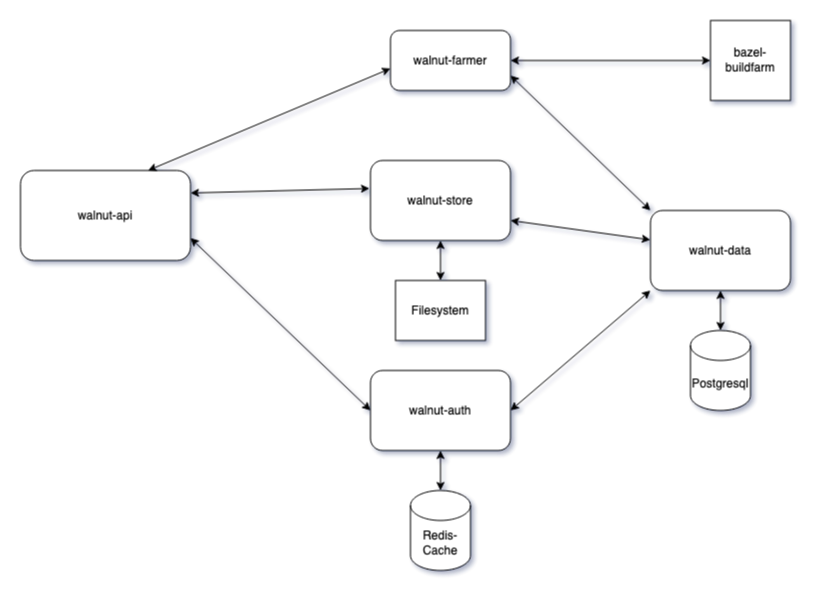
Before: docs/architecture/arch.png, a diagram exported from draw.io (Kruemelmann/walnut). Source tidied: cells renumbered, new cells last; positions are measured from the earlier drawing's top-left corner, leaving out a move shared by most shapes.
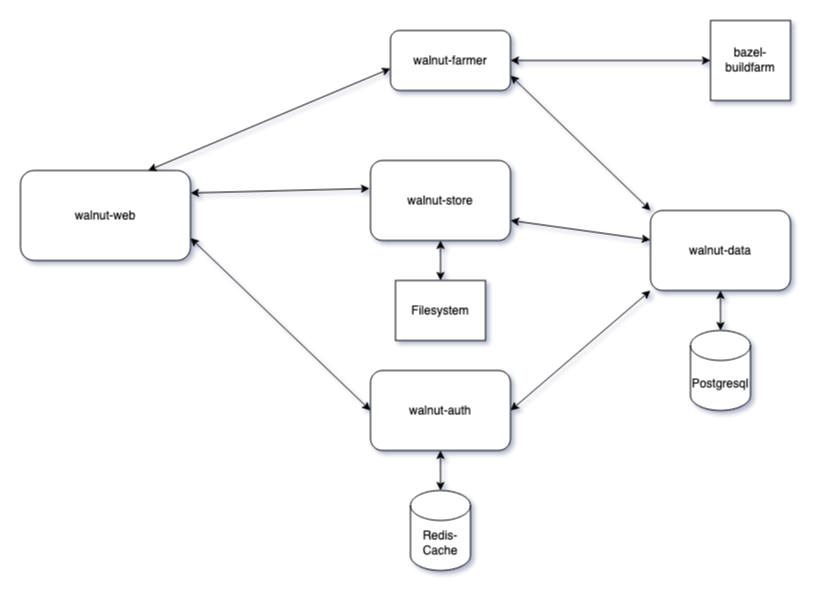
After the change.

Commit message:
updated the architecture picture to match the new arch

The edit, as a diff of the source:
```diff
@@ -2,7 +2,7 @@
   <root>
     <mxCell id="0" />
     <mxCell id="1" parent="0" />
-    <mxCell id="2" value="walnut-api" style="rounded=1;whiteSpace=wrap;html=1;" parent="1" vertex="1">
+    <mxCell id="2" value="walnut-web" style="rounded=1;whiteSpace=wrap;html=1;" parent="1" vertex="1">
       <mxGeometry y="150" width="170" height="90" as="geometry" />
     </mxCell>
     <mxCell id="3" style="endArrow=classic;startArrow=classic;html=1;rounded=0;entryX=0.5;entryY=0;entryDx=0;entryDy=0;entryPerimeter=0;" parent="1" edge="1" source="5" target="4">
```
